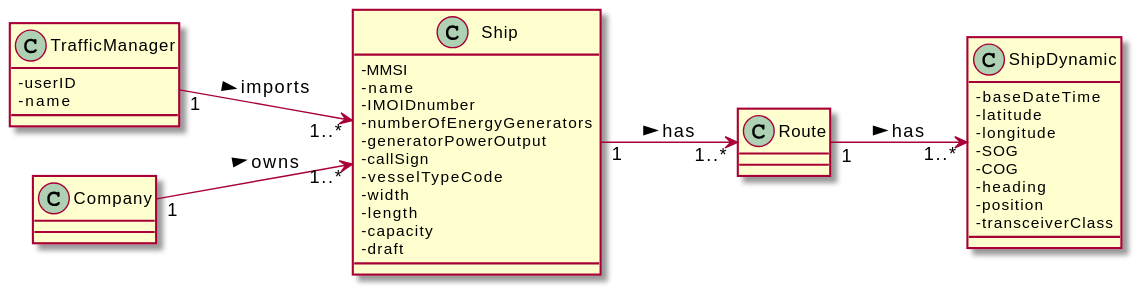
Before: docs/US101/US101_DM.svg, a diagram exported from PlantUML (RuiRioPina/CargoMaster). The source it was exported from:
```plantuml
@startuml
skinparam classAttributeIconSize 0
left to right direction
class Ship {
-MMSI
-name
-IMOIDnumber
-numberOfEnergyGenerators
-generatorPowerOutput
-callSign
-vesselTypeCode
-width
-length
-capacity
-draft
}

class TrafficManager{
-userID
-name
}
class ShipDynamic{
-baseDateTime
-latitude
-longitude
-SOG
-COG
-heading
-position
-transceiverClass
}
TrafficManager "1" --> "1..*" Ship : imports >
Ship "1" --> "1..*" Route : has >
Route "1" --> "1..*" ShipDynamic : has >
Company"1" --> "1..*" Ship : owns >
@enduml
```
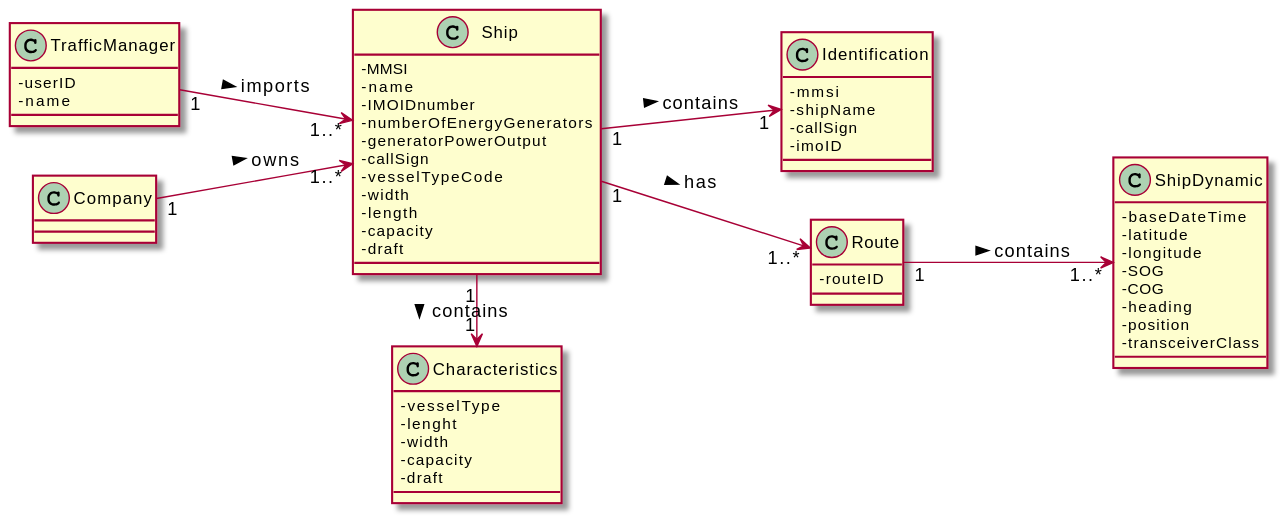
The same diagram one commit later.

The edit, as a diff of the source:
```diff
@@ -29,8 +29,30 @@
 -position
 -transceiverClass
 }
+
+class Identification{
+-mmsi
+-shipName
+-callSign
+-imoID
+}
+
+class Characteristics{
+-vesselType
+-lenght
+-width
+-capacity
+-draft
+}
+class Route{
+-routeID
+}
+
+
 TrafficManager "1" --> "1..*" Ship : imports >
 Ship "1" --> "1..*" Route : has >
-Route "1" --> "1..*" ShipDynamic : has >
+Ship "1" -r-> "1" Characteristics: contains >
+Ship "1" --> "1" Identification: contains >
+Route "1" --> "1..*" ShipDynamic : contains >
 Company"1" --> "1..*" Ship : owns >
 @enduml
```
